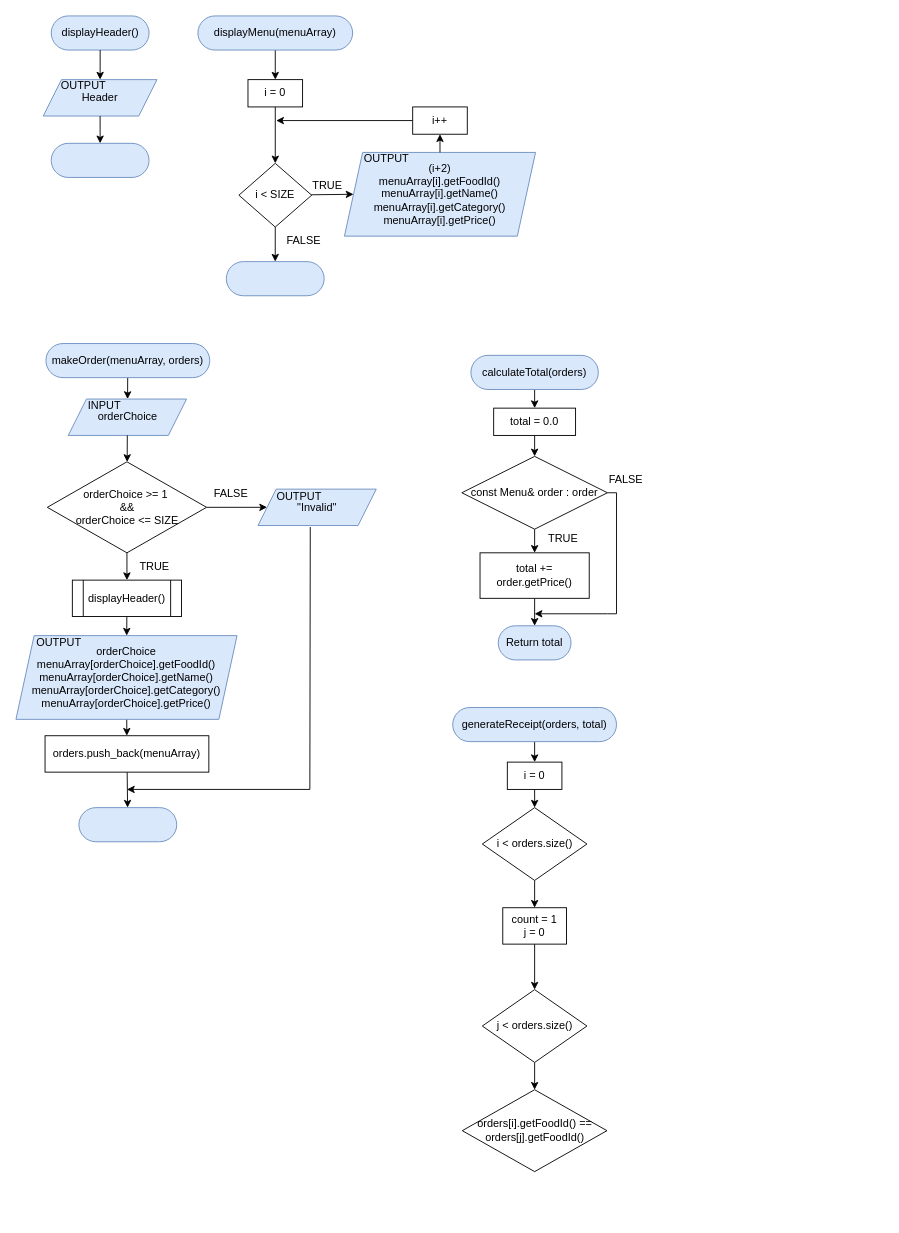
Above: page "OTHER FUNCTION" (5 of 5) of Submission/sec02/Tupperware/classDiagram.drawio in jjn7702/SECJ2013-DSA (draw.io), before the change. Source tidied: cells renumbered, new cells numbered last; positions are measured from the earlier drawing's top-left corner, leaving out a move shared by most shapes. Both pictures are drawn from the tidied source at 91%, with x=0, y=0 at pixel (15, 15).
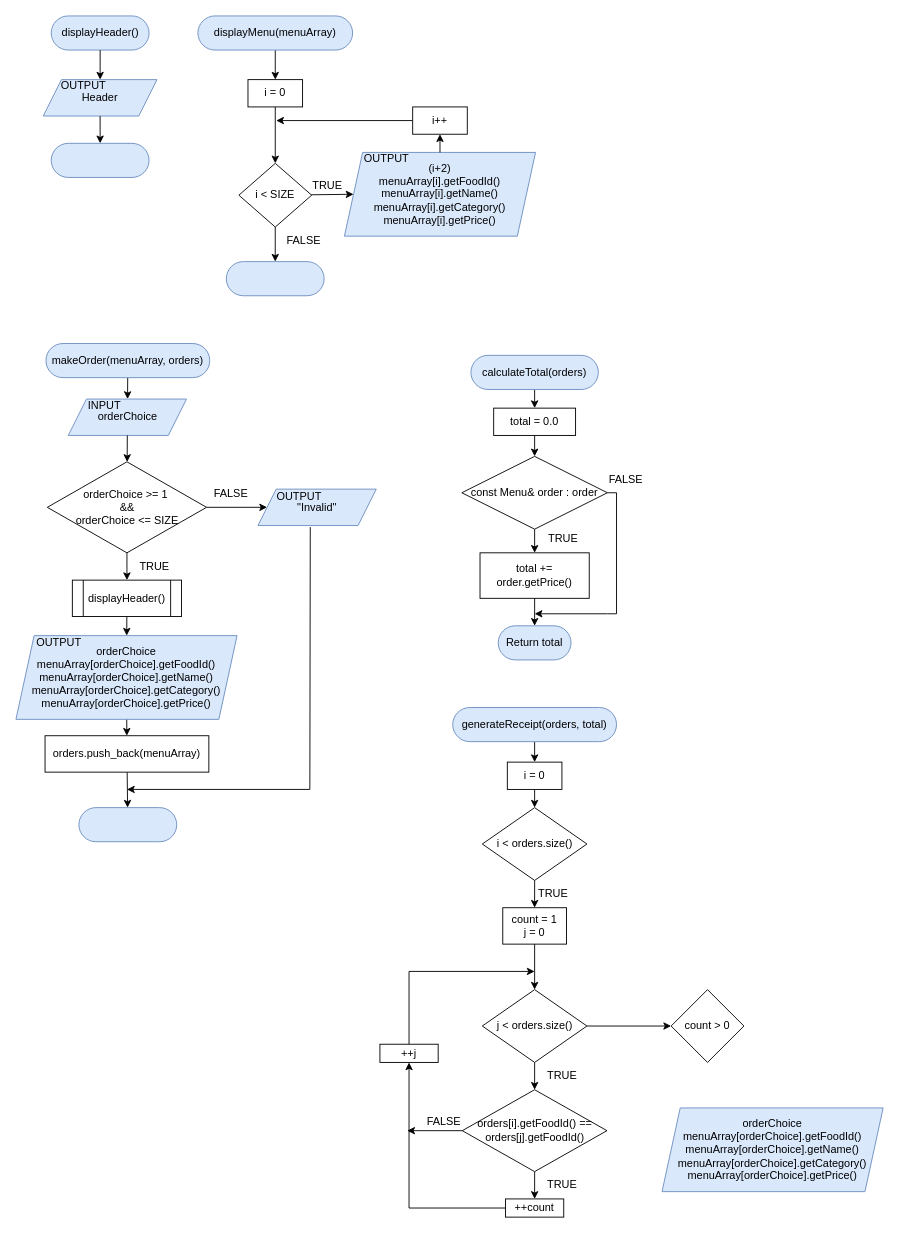
Above is the later version.

Unchanged cells that the change refers to:
```xml
<mxCell id="67" value="j &amp;lt; orders.size()" style="rhombus;whiteSpace=wrap;html=1;" parent="1" vertex="1">
  <mxGeometry x="512.5" y="1070" width="115" height="80" as="geometry" />
</mxCell>
<mxCell id="70" value="orders[i].getFoodId() == orders[j].getFoodId()" style="rhombus;whiteSpace=wrap;html=1;" parent="1" vertex="1">
  <mxGeometry x="490.5" y="1180" width="159" height="90" as="geometry" />
</mxCell>
```

What changed in the source:
```diff
@@
+    <mxCell id="71" style="edgeStyle=none;rounded=0;html=1;" parent="1" edge="1" source="67" target="82">
+      <mxGeometry relative="1" as="geometry" />
+    </mxCell>
@@
+    <mxCell id="72" style="edgeStyle=none;rounded=0;html=1;" parent="1" edge="1" source="70" target="77">
+      <mxGeometry relative="1" as="geometry" />
+    </mxCell>
+    <mxCell id="73" style="edgeStyle=none;rounded=0;html=1;exitX=0;exitY=0.5;exitDx=0;exitDy=0;" parent="1" edge="1" source="70">
+      <mxGeometry relative="1" as="geometry">
+        <mxPoint x="430" y="1225" as="targetPoint" />
+      </mxGeometry>
+    </mxCell>
@@
+    <mxCell id="74" style="edgeStyle=none;rounded=0;html=1;exitX=0.5;exitY=0;exitDx=0;exitDy=0;" parent="1" edge="1" source="75">
+      <mxGeometry relative="1" as="geometry">
+        <mxPoint x="570" y="1050" as="targetPoint" />
+        <Array as="points">
+          <mxPoint x="432" y="1050" />
+        </Array>
+      </mxGeometry>
+    </mxCell>
+    <mxCell id="75" value="++j" style="whiteSpace=wrap;html=1;" parent="1" vertex="1">
+      <mxGeometry x="400" y="1130" width="64" height="20" as="geometry" />
+    </mxCell>
+    <mxCell id="76" style="edgeStyle=none;rounded=0;html=1;exitX=1;exitY=0.5;exitDx=0;exitDy=0;entryX=0.5;entryY=1;entryDx=0;entryDy=0;" parent="1" edge="1" source="77" target="75">
+      <mxGeometry relative="1" as="geometry">
+        <Array as="points">
+          <mxPoint x="432" y="1310" />
+        </Array>
+      </mxGeometry>
+    </mxCell>
+    <mxCell id="77" value="++count" style="whiteSpace=wrap;html=1;" parent="1" vertex="1">
+      <mxGeometry x="538" y="1300" width="64" height="20" as="geometry" />
+    </mxCell>
+    <mxCell id="78" value="FALSE" style="text;html=1;align=center;verticalAlign=middle;strokeColor=none;fillColor=none;" parent="1" vertex="1">
+      <mxGeometry x="440" y="1200" width="60" height="30" as="geometry" />
+    </mxCell>
+    <mxCell id="79" value="TRUE" style="text;html=1;align=center;verticalAlign=middle;strokeColor=none;fillColor=none;" parent="1" vertex="1">
+      <mxGeometry x="570" y="1270" width="60" height="30" as="geometry" />
+    </mxCell>
+    <mxCell id="80" value="TRUE" style="text;html=1;align=center;verticalAlign=middle;strokeColor=none;fillColor=none;" parent="1" vertex="1">
+      <mxGeometry x="570" y="1150" width="60" height="30" as="geometry" />
+    </mxCell>
+    <mxCell id="81" value="TRUE" style="text;html=1;align=center;verticalAlign=middle;strokeColor=none;fillColor=none;" parent="1" vertex="1">
+      <mxGeometry x="560" y="950" width="60" height="30" as="geometry" />
+    </mxCell>
+    <mxCell id="82" value="count &amp;gt; 0" style="rhombus;whiteSpace=wrap;html=1;" parent="1" vertex="1">
+      <mxGeometry x="720" y="1070" width="80" height="80" as="geometry" />
+    </mxCell>
+    <mxCell id="83" value="orderChoice&lt;br&gt;menuArray[orderChoice].getFoodId()&lt;br&gt;menuArray[orderChoice].getName()&lt;br&gt;menuArray[orderChoice].getCategory()&lt;br&gt;menuArray[orderChoice].getPrice()" style="shape=parallelogram;perimeter=parallelogramPerimeter;whiteSpace=wrap;html=1;fixedSize=1;fillColor=#dae8fc;strokeColor=#6c8ebf;" parent="1" vertex="1">
+      <mxGeometry x="710" y="1200" width="243" height="92" as="geometry" />
+    </mxCell>
```
